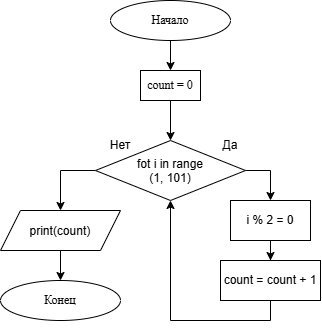
Above: Индивидуальный проект/03.11.2026 /ПР.drawio.png in sai-lentO/homework_collegeTOP (draw.io), before the change. Source tidied: cells renumbered, new cells last; positions are measured from the earlier drawing's top-left corner, leaving out a move shared by most shapes. Its diagram source:
```xml
<mxGraphModel>
  <root>
    <mxCell id="0" />
    <mxCell id="1" parent="0" />
    <mxCell id="2" style="edgeStyle=orthogonalEdgeStyle;rounded=0;hachureGap=4;jettySize=auto;html=1;entryX=0.5;entryY=0;entryDx=0;entryDy=0;fontFamily=Architects Daughter;fontSource=https%3A%2F%2Ffonts.googleapis.com%2Fcss%3Ffamily%3DArchitects%2BDaughter;defaultLabelBackgroundColor=page;" parent="1" edge="1" source="3" target="5">
      <mxGeometry relative="1" as="geometry" />
    </mxCell>
    <mxCell id="3" value="Начало" style="ellipse;whiteSpace=wrap;html=1;shapeInside=1;hachureGap=4;fontFamily=Architects Daughter;fontSource=https%3A%2F%2Ffonts.googleapis.com%2Fcss%3Ffamily%3DArchitects%2BDaughter;rounded=0;" parent="1" vertex="1">
      <mxGeometry x="110" width="120" height="40" as="geometry" />
    </mxCell>
    <mxCell id="4" style="edgeStyle=orthogonalEdgeStyle;rounded=0;jettySize=auto;html=1;entryX=0.5;entryY=0;entryDx=0;entryDy=0;defaultLabelBackgroundColor=page;" parent="1" edge="1" source="5" target="8">
      <mxGeometry relative="1" as="geometry" />
    </mxCell>
    <mxCell id="5" value="count = 0" style="rounded=0;whiteSpace=wrap;html=1;hachureGap=4;fontFamily=Times New Roman;" parent="1" vertex="1">
      <mxGeometry x="140" y="70" width="60" height="30" as="geometry" />
    </mxCell>
    <mxCell id="6" style="edgeStyle=orthogonalEdgeStyle;rounded=0;jettySize=auto;html=1;entryX=0.5;entryY=0;entryDx=0;entryDy=0;defaultLabelBackgroundColor=page;" parent="1" edge="1" source="8" target="12">
      <mxGeometry x="-0.31" relative="1" as="geometry">
        <Array as="points">
          <mxPoint x="270" y="170" />
        </Array>
      </mxGeometry>
    </mxCell>
    <mxCell id="7" style="edgeStyle=orthogonalEdgeStyle;rounded=0;jettySize=auto;html=1;entryX=0.5;entryY=0;entryDx=0;entryDy=0;defaultLabelBackgroundColor=page;" parent="1" edge="1" source="8" target="17">
      <mxGeometry relative="1" as="geometry">
        <Array as="points">
          <mxPoint x="60" y="170" />
        </Array>
      </mxGeometry>
    </mxCell>
    <mxCell id="8" value="fot i in range (1, 101)" style="rhombus;whiteSpace=wrap;html=1;shapeInside=1;" parent="1" vertex="1">
      <mxGeometry x="95" y="140" width="150" height="60" as="geometry" />
    </mxCell>
    <mxCell id="9" value="Да" style="text;html=1;whiteSpace=wrap;strokeColor=none;fillColor=none;align=center;verticalAlign=middle;rounded=0;" parent="1" vertex="1">
      <mxGeometry x="200" y="130" width="60" height="30" as="geometry" />
    </mxCell>
    <mxCell id="10" value="Нет" style="text;html=1;whiteSpace=wrap;strokeColor=none;fillColor=none;align=center;verticalAlign=middle;rounded=0;" parent="1" vertex="1">
      <mxGeometry x="90" y="130" width="60" height="30" as="geometry" />
    </mxCell>
    <mxCell id="11" style="edgeStyle=orthogonalEdgeStyle;rounded=0;jettySize=auto;html=1;entryX=0.5;entryY=0;entryDx=0;entryDy=0;defaultLabelBackgroundColor=page;" parent="1" edge="1" source="12" target="14">
      <mxGeometry relative="1" as="geometry" />
    </mxCell>
    <mxCell id="12" value="i % 2 = 0" style="rounded=0;whiteSpace=wrap;html=1;" parent="1" vertex="1">
      <mxGeometry x="230" y="200" width="80" height="40" as="geometry" />
    </mxCell>
    <mxCell id="13" style="edgeStyle=orthogonalEdgeStyle;rounded=0;jettySize=auto;html=1;entryX=0.5;entryY=1;entryDx=0;entryDy=0;defaultLabelBackgroundColor=page;" parent="1" edge="1" source="14" target="8">
      <mxGeometry relative="1" as="geometry">
        <Array as="points">
          <mxPoint x="270" y="320" />
          <mxPoint x="170" y="320" />
        </Array>
      </mxGeometry>
    </mxCell>
    <mxCell id="14" value="count = count + 1" style="rounded=0;whiteSpace=wrap;html=1;" parent="1" vertex="1">
      <mxGeometry x="220" y="260" width="100" height="40" as="geometry" />
    </mxCell>
    <mxCell id="15" value="Конец" style="ellipse;whiteSpace=wrap;html=1;shapeInside=1;hachureGap=4;fontFamily=Architects Daughter;fontSource=https%3A%2F%2Ffonts.googleapis.com%2Fcss%3Ffamily%3DArchitects%2BDaughter;rounded=0;" parent="1" vertex="1">
      <mxGeometry y="280" width="120" height="40" as="geometry" />
    </mxCell>
    <mxCell id="16" style="edgeStyle=orthogonalEdgeStyle;rounded=0;jettySize=auto;html=1;entryX=0.5;entryY=0;entryDx=0;entryDy=0;defaultLabelBackgroundColor=page;" parent="1" edge="1" source="17" target="15">
      <mxGeometry relative="1" as="geometry" />
    </mxCell>
    <mxCell id="17" value="print(count)" style="shape=parallelogram;perimeter=parallelogramPerimeter;whiteSpace=wrap;html=1;shapeInside=1;fixedSize=1;size=20;" parent="1" vertex="1">
      <mxGeometry y="210" width="120" height="40" as="geometry" />
    </mxCell>
  </root>
</mxGraphModel>
```
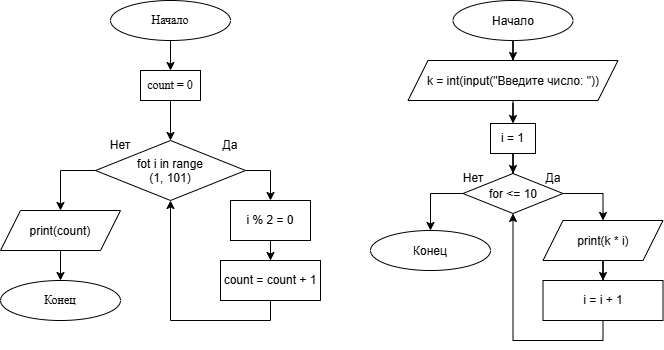
After the commit.

Change to the diagram source:
```diff
@@ -63,5 +63,58 @@
     <mxCell id="17" value="print(count)" style="shape=parallelogram;perimeter=parallelogramPerimeter;whiteSpace=wrap;html=1;shapeInside=1;fixedSize=1;size=20;" parent="1" vertex="1">
       <mxGeometry y="210" width="120" height="40" as="geometry" />
     </mxCell>
+    <mxCell id="18" style="edgeStyle=orthogonalEdgeStyle;rounded=0;jettySize=auto;html=1;entryX=0.5;entryY=0;entryDx=0;entryDy=0;defaultLabelBackgroundColor=page;" parent="1" edge="1" source="19" target="21">
+      <mxGeometry relative="1" as="geometry" />
+    </mxCell>
+    <mxCell id="19" value="Начало" style="ellipse;whiteSpace=wrap;html=1;shapeInside=1;" parent="1" vertex="1">
+      <mxGeometry x="452.5" width="120" height="40" as="geometry" />
+    </mxCell>
+    <mxCell id="20" style="edgeStyle=orthogonalEdgeStyle;rounded=0;jettySize=auto;html=1;defaultLabelBackgroundColor=page;" parent="1" edge="1" source="21" target="28">
+      <mxGeometry x="-0.35" relative="1" as="geometry" />
+    </mxCell>
+    <mxCell id="21" value="k = int(input(&quot;Введите число: &quot;))" style="shape=parallelogram;perimeter=parallelogramPerimeter;whiteSpace=wrap;html=1;shapeInside=1;fixedSize=1;" parent="1" vertex="1">
+      <mxGeometry x="407.5" y="60" width="210" height="40" as="geometry" />
+    </mxCell>
+    <mxCell id="22" style="edgeStyle=orthogonalEdgeStyle;rounded=0;jettySize=auto;html=1;defaultLabelBackgroundColor=page;exitX=1;exitY=0.5;exitDx=0;exitDy=0;" parent="1" edge="1" source="24" target="30">
+      <mxGeometry relative="1" as="geometry" />
+    </mxCell>
+    <mxCell id="23" style="edgeStyle=orthogonalEdgeStyle;rounded=0;jettySize=auto;html=1;defaultLabelBackgroundColor=page;exitX=0;exitY=0.5;exitDx=0;exitDy=0;" parent="1" edge="1" source="24" target="33">
+      <mxGeometry relative="1" as="geometry" />
+    </mxCell>
+    <mxCell id="24" value="for &amp;lt;= 10" style="rhombus;whiteSpace=wrap;html=1;shapeInside=1;" parent="1" vertex="1">
+      <mxGeometry x="462.5" y="173" width="100" height="40" as="geometry" />
+    </mxCell>
+    <mxCell id="25" value="Да" style="text;html=1;whiteSpace=wrap;strokeColor=none;fillColor=none;align=center;verticalAlign=middle;rounded=0;" parent="1" vertex="1">
+      <mxGeometry x="522.5" y="163" width="60" height="30" as="geometry" />
+    </mxCell>
+    <mxCell id="26" value="Нет" style="text;html=1;whiteSpace=wrap;strokeColor=none;fillColor=none;align=center;verticalAlign=middle;rounded=0;" parent="1" vertex="1">
+      <mxGeometry x="442.5" y="163" width="60" height="30" as="geometry" />
+    </mxCell>
+    <mxCell id="27" style="edgeStyle=orthogonalEdgeStyle;rounded=0;jettySize=auto;html=1;defaultLabelBackgroundColor=page;" parent="1" edge="1" source="28" target="24">
+      <mxGeometry relative="1" as="geometry" />
+    </mxCell>
+    <mxCell id="28" value="i = 1" style="rounded=0;whiteSpace=wrap;html=1;" parent="1" vertex="1">
+      <mxGeometry x="490" y="123" width="45" height="30" as="geometry" />
+    </mxCell>
+    <mxCell id="29" style="edgeStyle=orthogonalEdgeStyle;rounded=0;jettySize=auto;html=1;defaultLabelBackgroundColor=page;" parent="1" edge="1" source="30" target="32">
+      <mxGeometry relative="1" as="geometry" />
+    </mxCell>
+    <mxCell id="30" value="print(k * i)" style="shape=parallelogram;perimeter=parallelogramPerimeter;whiteSpace=wrap;html=1;shapeInside=1;fixedSize=1;" parent="1" vertex="1">
+      <mxGeometry x="542.5" y="220" width="120" height="40" as="geometry" />
+    </mxCell>
+    <mxCell id="31" style="edgeStyle=orthogonalEdgeStyle;rounded=0;jettySize=auto;html=1;defaultLabelBackgroundColor=page;" parent="1" edge="1" source="32" target="24">
+      <mxGeometry x="0.22" relative="1" as="geometry">
+        <Array as="points">
+          <mxPoint x="602.5" y="340" />
+          <mxPoint x="512.5" y="340" />
+        </Array>
+      </mxGeometry>
+    </mxCell>
+    <mxCell id="32" value="i = i + 1" style="rounded=0;whiteSpace=wrap;html=1;" parent="1" vertex="1">
+      <mxGeometry x="542.5" y="280" width="120" height="40" as="geometry" />
+    </mxCell>
+    <mxCell id="33" value="Конец" style="ellipse;whiteSpace=wrap;html=1;shapeInside=1;" parent="1" vertex="1">
+      <mxGeometry x="370" y="230" width="120" height="40" as="geometry" />
+    </mxCell>
   </root>
 </mxGraphModel>
```
